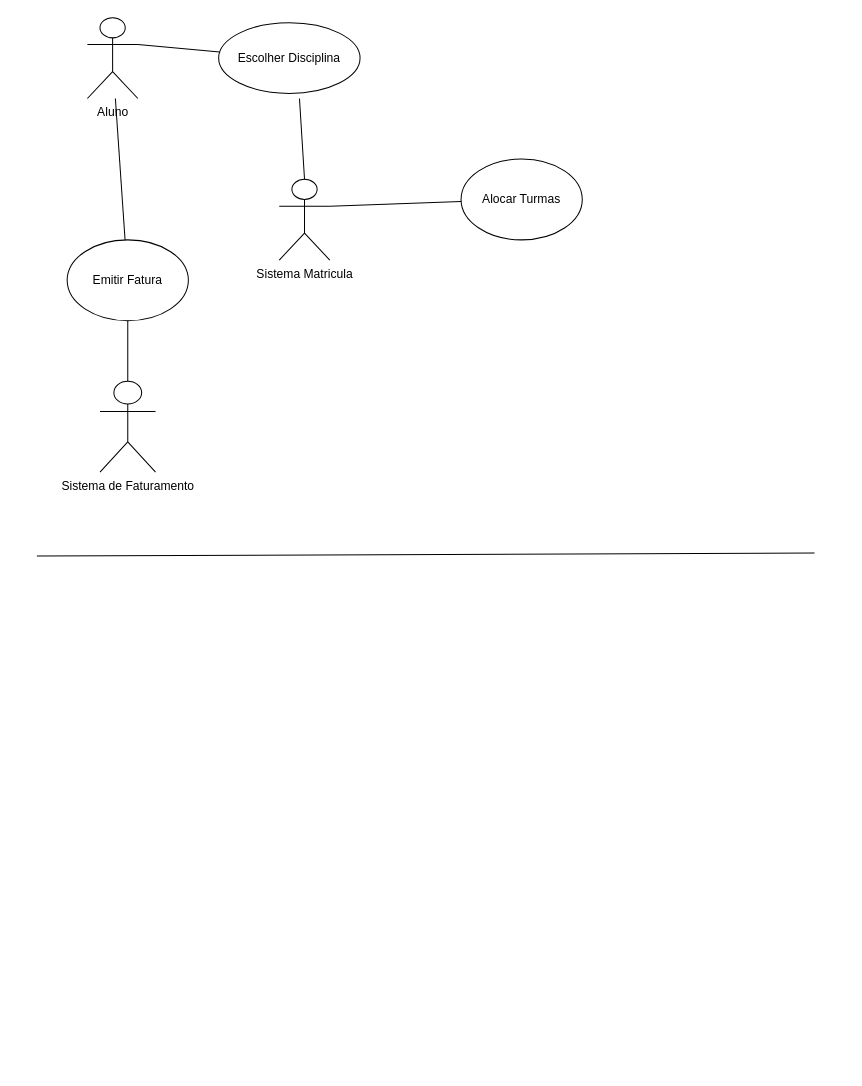
The draw.io diagram Diagrama sem nome.drawio in MariaRoberta1/APOO, before the edit. Source tidied: cells renumbered, new cells numbered last; positions are measured from the earlier drawing's top-left corner, leaving out a move shared by most shapes. Both pictures are drawn from the tidied source at 101%, with x=0, y=0 at pixel (36, 17).
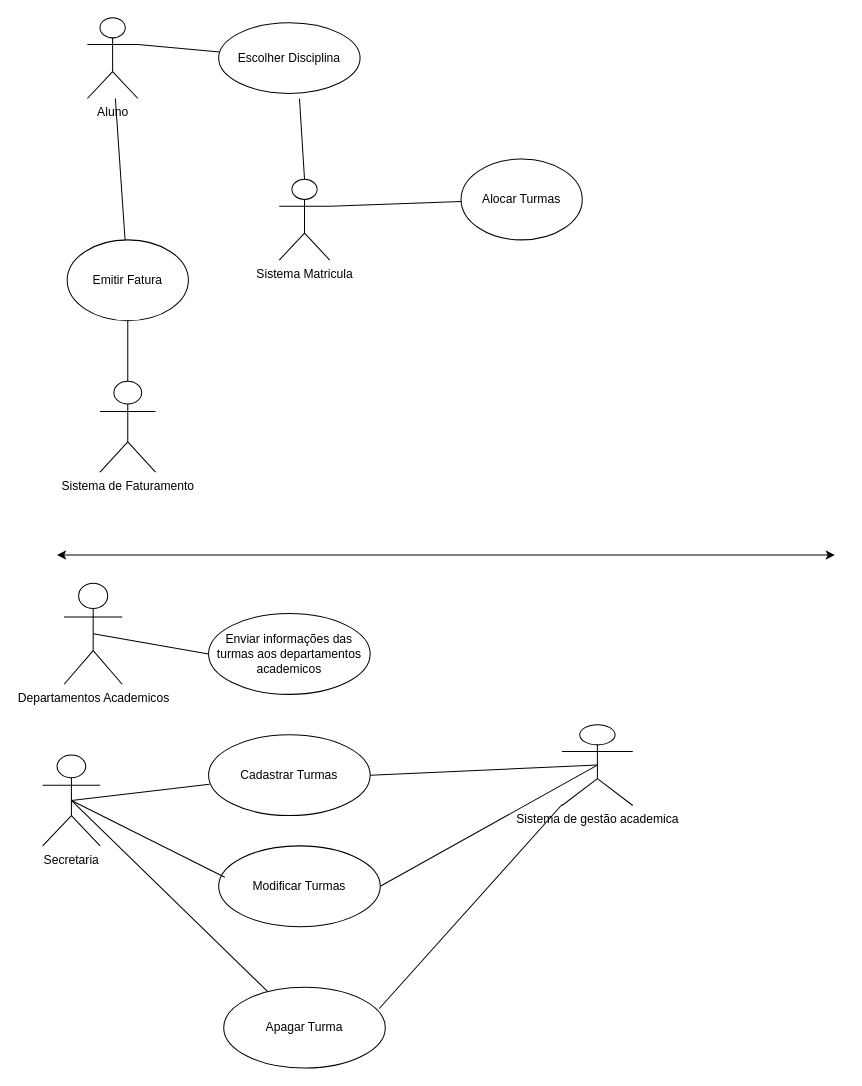
Above is the later version.

The edit, as a diff of the source:
```diff
@@
-    <mxCell id="13" style="endArrow=none;html=1;rounded=0;" parent="1" edge="1">
-      <mxGeometry relative="1" as="geometry">
-        <mxPoint y="533" as="sourcePoint" />
-        <mxPoint x="770" y="530" as="targetPoint" />
-      </mxGeometry>
-    </mxCell>
+    <mxCell id="14" value="Departamentos Academicos" style="shape=umlActor;verticalLabelPosition=bottom;verticalAlign=top;html=1;outlineConnect=0;" parent="1" vertex="1">
+      <mxGeometry x="27" y="560" width="57.5" height="100" as="geometry" />
+    </mxCell>
+    <mxCell id="15" style="endArrow=classic;startArrow=classic;html=1;rounded=0;" parent="1" edge="1">
+      <mxGeometry relative="1" as="geometry">
+        <mxPoint x="20" y="532" as="sourcePoint" />
+        <mxPoint x="790" y="532" as="targetPoint" />
+      </mxGeometry>
+    </mxCell>
+    <mxCell id="16" value="Enviar informações das turmas aos departamentos academicos" style="ellipse;whiteSpace=wrap;html=1;labelPosition=center;verticalLabelPosition=middle;align=center;verticalAlign=middle;" parent="1" vertex="1">
+      <mxGeometry x="170" y="590" width="160" height="80" as="geometry" />
+    </mxCell>
+    <mxCell id="17" value="Cadastrar Turmas" style="ellipse;whiteSpace=wrap;html=1;" parent="1" vertex="1">
+      <mxGeometry x="170" y="710" width="160" height="80" as="geometry" />
+    </mxCell>
+    <mxCell id="18" value="Modificar Turmas" style="ellipse;whiteSpace=wrap;html=1;" parent="1" vertex="1">
+      <mxGeometry x="180" y="820" width="160" height="80" as="geometry" />
+    </mxCell>
+    <mxCell id="19" value="Apagar Turma" style="ellipse;whiteSpace=wrap;html=1;" parent="1" vertex="1">
+      <mxGeometry x="185" y="960" width="160" height="80" as="geometry" />
+    </mxCell>
+    <mxCell id="20" style="endArrow=none;html=1;rounded=0;exitX=0;exitY=0.5;exitDx=0;exitDy=0;entryX=0.5;entryY=0.5;entryDx=0;entryDy=0;entryPerimeter=0;" parent="1" edge="1" source="16" target="14">
+      <mxGeometry relative="1" as="geometry" />
+    </mxCell>
+    <mxCell id="21" value="Secretaria" style="shape=umlActor;verticalLabelPosition=bottom;verticalAlign=top;html=1;outlineConnect=0;" parent="1" vertex="1">
+      <mxGeometry x="5.8" y="730" width="56.8" height="90" as="geometry" />
+    </mxCell>
+    <mxCell id="22" value="Sistema de gestão academica" style="shape=umlActor;verticalLabelPosition=bottom;verticalAlign=top;html=1;outlineConnect=0;" parent="1" vertex="1">
+      <mxGeometry x="520" y="700" width="70" height="80" as="geometry" />
+    </mxCell>
+    <mxCell id="23" style="endArrow=none;html=1;rounded=0;entryX=0.006;entryY=0.613;entryDx=0;entryDy=0;entryPerimeter=0;exitX=0.5;exitY=0.5;exitDx=0;exitDy=0;exitPerimeter=0;" parent="1" edge="1" source="21" target="17">
+      <mxGeometry relative="1" as="geometry" />
+    </mxCell>
+    <mxCell id="24" style="endArrow=none;html=1;rounded=0;entryX=0.038;entryY=0.388;entryDx=0;entryDy=0;entryPerimeter=0;exitX=0.5;exitY=0.5;exitDx=0;exitDy=0;exitPerimeter=0;" parent="1" edge="1" source="21" target="18">
+      <mxGeometry relative="1" as="geometry" />
+    </mxCell>
+    <mxCell id="25" style="endArrow=none;html=1;rounded=0;exitX=0.5;exitY=0.5;exitDx=0;exitDy=0;exitPerimeter=0;" parent="1" edge="1" source="21" target="19">
+      <mxGeometry relative="1" as="geometry" />
+    </mxCell>
+    <mxCell id="26" style="endArrow=none;html=1;rounded=0;entryX=0.5;entryY=0.5;entryDx=0;entryDy=0;entryPerimeter=0;exitX=1;exitY=0.5;exitDx=0;exitDy=0;" parent="1" edge="1" source="17" target="22">
+      <mxGeometry relative="1" as="geometry" />
+    </mxCell>
+    <mxCell id="27" style="endArrow=none;html=1;rounded=0;exitX=1;exitY=0.5;exitDx=0;exitDy=0;entryX=0.5;entryY=0.5;entryDx=0;entryDy=0;entryPerimeter=0;" parent="1" edge="1" source="18" target="22">
+      <mxGeometry relative="1" as="geometry" />
+    </mxCell>
+    <mxCell id="28" style="endArrow=none;html=1;rounded=0;exitX=0.963;exitY=0.263;exitDx=0;exitDy=0;exitPerimeter=0;" parent="1" edge="1" source="19" target="22">
+      <mxGeometry relative="1" as="geometry" />
+    </mxCell>
```
